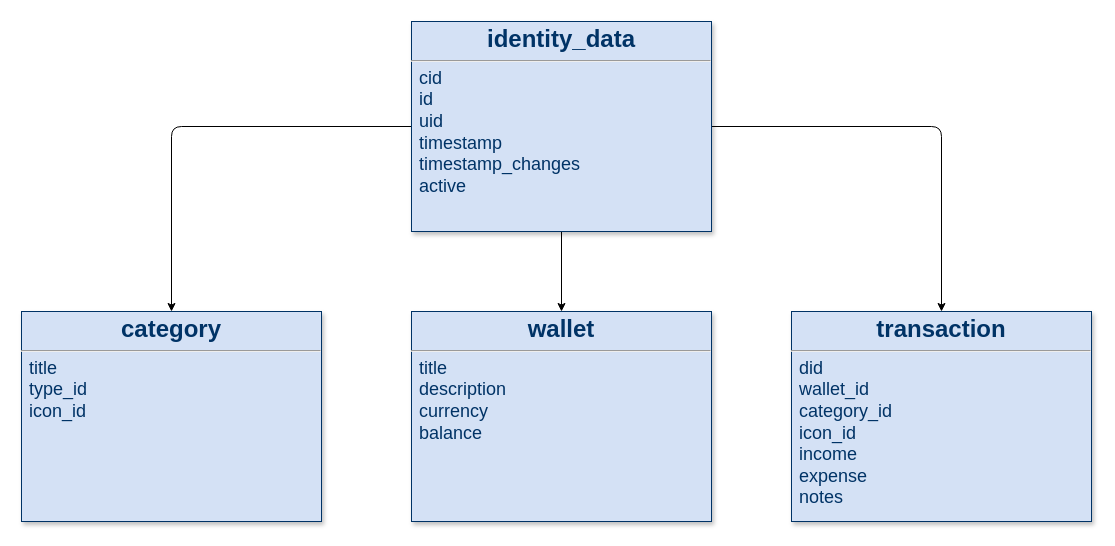
Earlier version of the draw.io diagram keepersy_client.drawio (fits91/schemas). Source tidied: cells renumbered, new cells numbered last; positions are measured from the earlier drawing's top-left corner, leaving out a move shared by most shapes. Both pictures are drawn from the tidied source at 100%, with x=0, y=0 at pixel (21, 21).
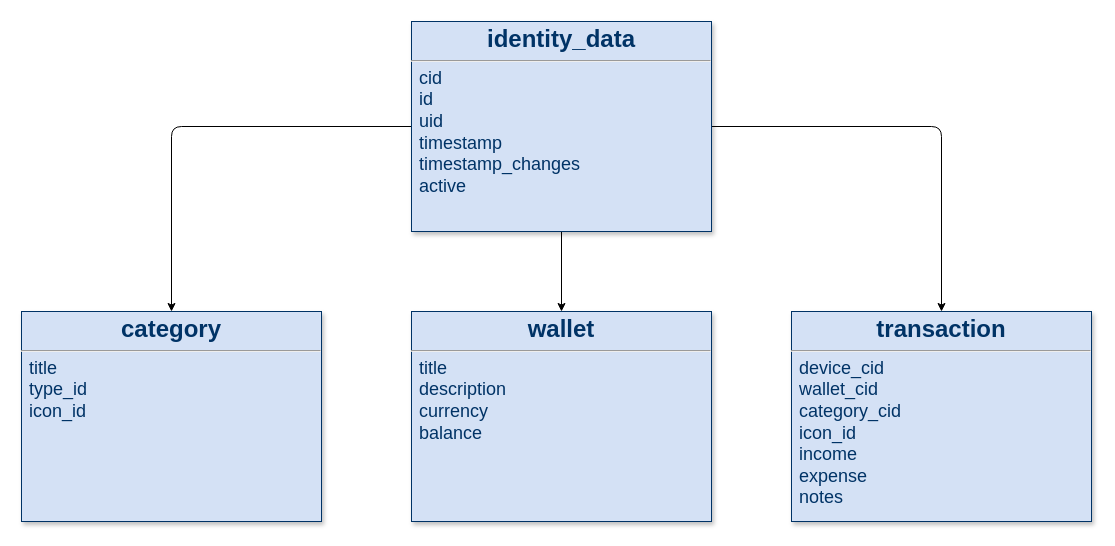
Above is the later version.

Commit message:
change transaction model

The edit, as a diff of the source:
```diff
@@
 <mxGraphModel>
   <root>
     <mxCell id="0" />
     <mxCell id="1" parent="0" />
     <mxCell id="2" style="edgeStyle=orthogonalEdgeStyle;rounded=1;jettySize=auto;html=1;fontSize=18;" parent="1" edge="1" source="5" target="6">
       <mxGeometry relative="1" as="geometry" />
     </mxCell>
     <mxCell id="3" style="edgeStyle=orthogonalEdgeStyle;rounded=1;jettySize=auto;html=1;fontSize=18;" parent="1" edge="1" source="5" target="7">
       <mxGeometry relative="1" as="geometry" />
     </mxCell>
     <mxCell id="4" style="edgeStyle=orthogonalEdgeStyle;rounded=1;jettySize=auto;html=1;fontSize=18;" parent="1" edge="1" source="5" target="8">
       <mxGeometry relative="1" as="geometry" />
     </mxCell>
     <mxCell id="5" value="&lt;p style=&quot;margin: 4px 0px 0px ; text-align: center&quot;&gt;&lt;strong&gt;&lt;font style=&quot;font-size: 24px&quot;&gt;identity_data&lt;/font&gt;&lt;/strong&gt;&lt;/p&gt;&lt;hr&gt;&lt;p style=&quot;margin: 0px ; margin-left: 8px&quot;&gt;&lt;font style=&quot;font-size: 18px&quot;&gt;cid&lt;/font&gt;&lt;/p&gt;&lt;p style=&quot;margin: 0px ; margin-left: 8px&quot;&gt;&lt;font style=&quot;font-size: 18px&quot;&gt;id&lt;/font&gt;&lt;/p&gt;&lt;p style=&quot;margin: 0px ; margin-left: 8px&quot;&gt;&lt;font style=&quot;font-size: 18px&quot;&gt;uid&amp;nbsp;&lt;/font&gt;&lt;/p&gt;&lt;p style=&quot;margin: 0px ; margin-left: 8px&quot;&gt;&lt;font style=&quot;font-size: 18px&quot;&gt;timestamp&lt;/font&gt;&lt;/p&gt;&lt;p style=&quot;margin: 0px ; margin-left: 8px&quot;&gt;&lt;font style=&quot;font-size: 18px&quot;&gt;timestamp_changes&lt;/font&gt;&lt;/p&gt;&lt;p style=&quot;margin: 0px ; margin-left: 8px&quot;&gt;&lt;font style=&quot;font-size: 18px&quot;&gt;active&lt;/font&gt;&lt;/p&gt;&lt;p style=&quot;margin: 0px ; margin-left: 8px&quot;&gt;&lt;font size=&quot;3&quot;&gt;&lt;br&gt;&lt;/font&gt;&lt;/p&gt;" style="verticalAlign=top;align=left;overflow=fill;fontSize=12;fontFamily=Helvetica;html=1;strokeColor=#003366;shadow=1;fillColor=#D4E1F5;fontColor=#003366;" parent="1" vertex="1">
       <mxGeometry x="390" width="300" height="210" as="geometry" />
     </mxCell>
     <mxCell id="6" value="&lt;p style=&quot;margin: 4px 0px 0px ; text-align: center&quot;&gt;&lt;strong&gt;&lt;font style=&quot;font-size: 24px&quot;&gt;category&lt;/font&gt;&lt;/strong&gt;&lt;/p&gt;&lt;hr&gt;&lt;p style=&quot;margin: 0px ; margin-left: 8px&quot;&gt;&lt;font size=&quot;4&quot;&gt;title&amp;nbsp;&lt;/font&gt;&lt;/p&gt;&lt;p style=&quot;margin: 0px ; margin-left: 8px&quot;&gt;&lt;font size=&quot;4&quot;&gt;type_id&lt;/font&gt;&lt;/p&gt;&lt;p style=&quot;margin: 0px ; margin-left: 8px&quot;&gt;&lt;font size=&quot;4&quot;&gt;icon_id&lt;/font&gt;&lt;/p&gt;&lt;p style=&quot;margin: 0px ; margin-left: 8px&quot;&gt;&lt;font size=&quot;3&quot;&gt;&lt;br&gt;&lt;/font&gt;&lt;/p&gt;" style="verticalAlign=top;align=left;overflow=fill;fontSize=12;fontFamily=Helvetica;html=1;strokeColor=#003366;shadow=1;fillColor=#D4E1F5;fontColor=#003366;" parent="1" vertex="1">
       <mxGeometry y="290" width="300" height="210" as="geometry" />
     </mxCell>
     <mxCell id="7" value="&lt;p style=&quot;margin: 4px 0px 0px ; text-align: center&quot;&gt;&lt;strong&gt;&lt;font style=&quot;font-size: 24px&quot;&gt;wallet&lt;/font&gt;&lt;/strong&gt;&lt;/p&gt;&lt;hr&gt;&lt;p style=&quot;margin: 0px ; margin-left: 8px&quot;&gt;&lt;font size=&quot;4&quot;&gt;title&lt;/font&gt;&lt;/p&gt;&lt;p style=&quot;margin: 0px ; margin-left: 8px&quot;&gt;&lt;font size=&quot;4&quot;&gt;description&lt;/font&gt;&lt;/p&gt;&lt;p style=&quot;margin: 0px ; margin-left: 8px&quot;&gt;&lt;font size=&quot;4&quot;&gt;currency&lt;/font&gt;&lt;/p&gt;&lt;p style=&quot;margin: 0px ; margin-left: 8px&quot;&gt;&lt;font size=&quot;4&quot;&gt;balance&lt;/font&gt;&lt;/p&gt;&lt;p style=&quot;margin: 0px ; margin-left: 8px&quot;&gt;&lt;font size=&quot;3&quot;&gt;&lt;br&gt;&lt;/font&gt;&lt;/p&gt;" style="verticalAlign=top;align=left;overflow=fill;fontSize=12;fontFamily=Helvetica;html=1;strokeColor=#003366;shadow=1;fillColor=#D4E1F5;fontColor=#003366;" parent="1" vertex="1">
       <mxGeometry x="390" y="290" width="300" height="210" as="geometry" />
     </mxCell>
-    <mxCell id="8" value="&lt;p style=&quot;margin: 4px 0px 0px ; text-align: center&quot;&gt;&lt;strong&gt;&lt;font style=&quot;font-size: 24px&quot;&gt;transaction&lt;/font&gt;&lt;/strong&gt;&lt;/p&gt;&lt;hr&gt;&lt;p style=&quot;margin: 0px ; margin-left: 8px&quot;&gt;&lt;font size=&quot;4&quot;&gt;did&lt;/font&gt;&lt;/p&gt;&lt;p style=&quot;margin: 0px ; margin-left: 8px&quot;&gt;&lt;font size=&quot;4&quot;&gt;wallet_id&lt;/font&gt;&lt;/p&gt;&lt;p style=&quot;margin: 0px ; margin-left: 8px&quot;&gt;&lt;font size=&quot;4&quot;&gt;category_id&lt;/font&gt;&lt;br&gt;&lt;/p&gt;&lt;p style=&quot;margin: 0px ; margin-left: 8px&quot;&gt;&lt;font size=&quot;4&quot;&gt;icon_id&lt;br&gt;&lt;/font&gt;&lt;/p&gt;&lt;p style=&quot;margin: 0px ; margin-left: 8px&quot;&gt;&lt;font size=&quot;4&quot;&gt;income&lt;/font&gt;&lt;/p&gt;&lt;p style=&quot;margin: 0px ; margin-left: 8px&quot;&gt;&lt;font size=&quot;4&quot;&gt;expense&lt;/font&gt;&lt;/p&gt;&lt;p style=&quot;margin: 0px ; margin-left: 8px&quot;&gt;&lt;font size=&quot;4&quot;&gt;notes&lt;/font&gt;&lt;/p&gt;&lt;p style=&quot;margin: 0px ; margin-left: 8px&quot;&gt;&lt;font size=&quot;3&quot;&gt;&lt;br&gt;&lt;/font&gt;&lt;/p&gt;" style="verticalAlign=top;align=left;overflow=fill;fontSize=12;fontFamily=Helvetica;html=1;strokeColor=#003366;shadow=1;fillColor=#D4E1F5;fontColor=#003366;" parent="1" vertex="1">
+    <mxCell id="8" value="&lt;p style=&quot;margin: 4px 0px 0px ; text-align: center&quot;&gt;&lt;strong&gt;&lt;font style=&quot;font-size: 24px&quot;&gt;transaction&lt;/font&gt;&lt;/strong&gt;&lt;/p&gt;&lt;hr&gt;&lt;p style=&quot;margin: 0px ; margin-left: 8px&quot;&gt;&lt;font size=&quot;4&quot;&gt;device_cid&lt;/font&gt;&lt;/p&gt;&lt;p style=&quot;margin: 0px ; margin-left: 8px&quot;&gt;&lt;font size=&quot;4&quot;&gt;wallet_cid&lt;/font&gt;&lt;/p&gt;&lt;p style=&quot;margin: 0px ; margin-left: 8px&quot;&gt;&lt;font size=&quot;4&quot;&gt;category_cid&lt;/font&gt;&lt;br&gt;&lt;/p&gt;&lt;p style=&quot;margin: 0px ; margin-left: 8px&quot;&gt;&lt;font size=&quot;4&quot;&gt;icon_id&lt;br&gt;&lt;/font&gt;&lt;/p&gt;&lt;p style=&quot;margin: 0px ; margin-left: 8px&quot;&gt;&lt;font size=&quot;4&quot;&gt;income&lt;/font&gt;&lt;/p&gt;&lt;p style=&quot;margin: 0px ; margin-left: 8px&quot;&gt;&lt;font size=&quot;4&quot;&gt;expense&lt;/font&gt;&lt;/p&gt;&lt;p style=&quot;margin: 0px ; margin-left: 8px&quot;&gt;&lt;font size=&quot;4&quot;&gt;notes&lt;/font&gt;&lt;/p&gt;&lt;p style=&quot;margin: 0px ; margin-left: 8px&quot;&gt;&lt;font size=&quot;3&quot;&gt;&lt;br&gt;&lt;/font&gt;&lt;/p&gt;" style="verticalAlign=top;align=left;overflow=fill;fontSize=12;fontFamily=Helvetica;html=1;strokeColor=#003366;shadow=1;fillColor=#D4E1F5;fontColor=#003366;" parent="1" vertex="1">
       <mxGeometry x="770" y="290" width="300" height="210" as="geometry" />
     </mxCell>
   </root>
 </mxGraphModel>
```
